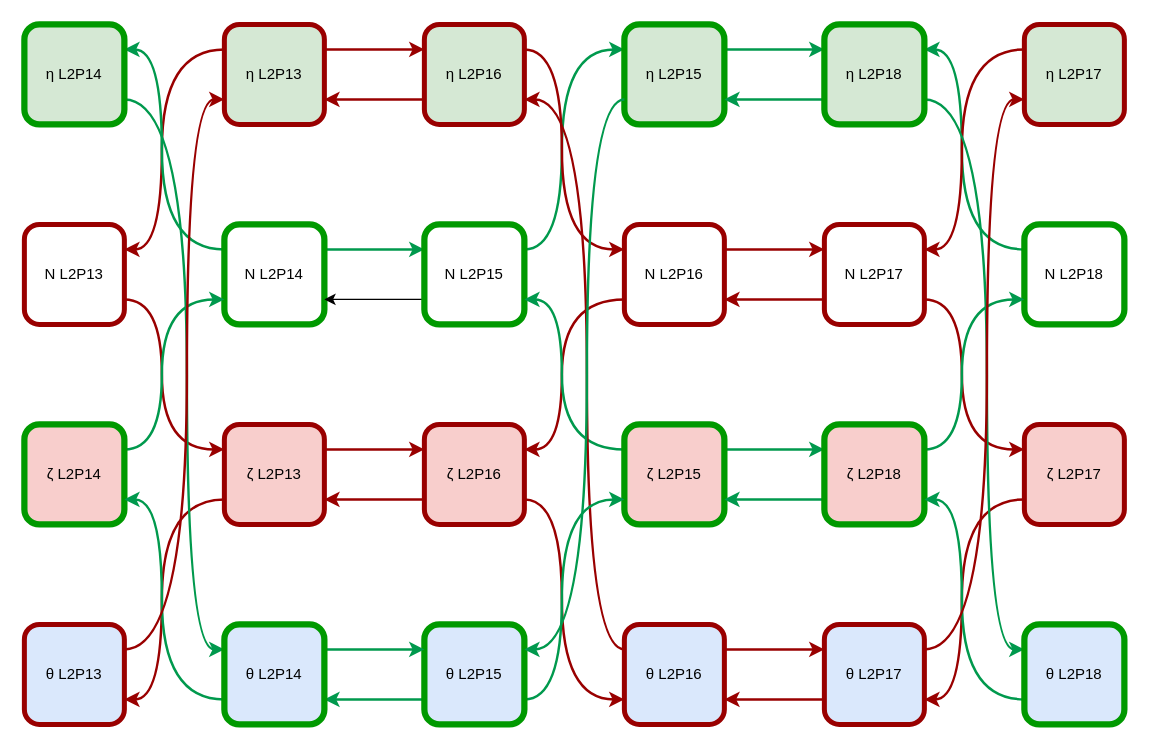
Before: _fabriek/doc/Stage-5b-3.drawio in ruittenb/nibo-game, a draw.io diagram. Source tidied: cells renumbered, new cells numbered last; positions are measured from the earlier drawing's top-left corner, leaving out a move shared by most shapes. Both pictures are drawn from the tidied source at 125%, with x=0, y=0 at pixel (24, 24).
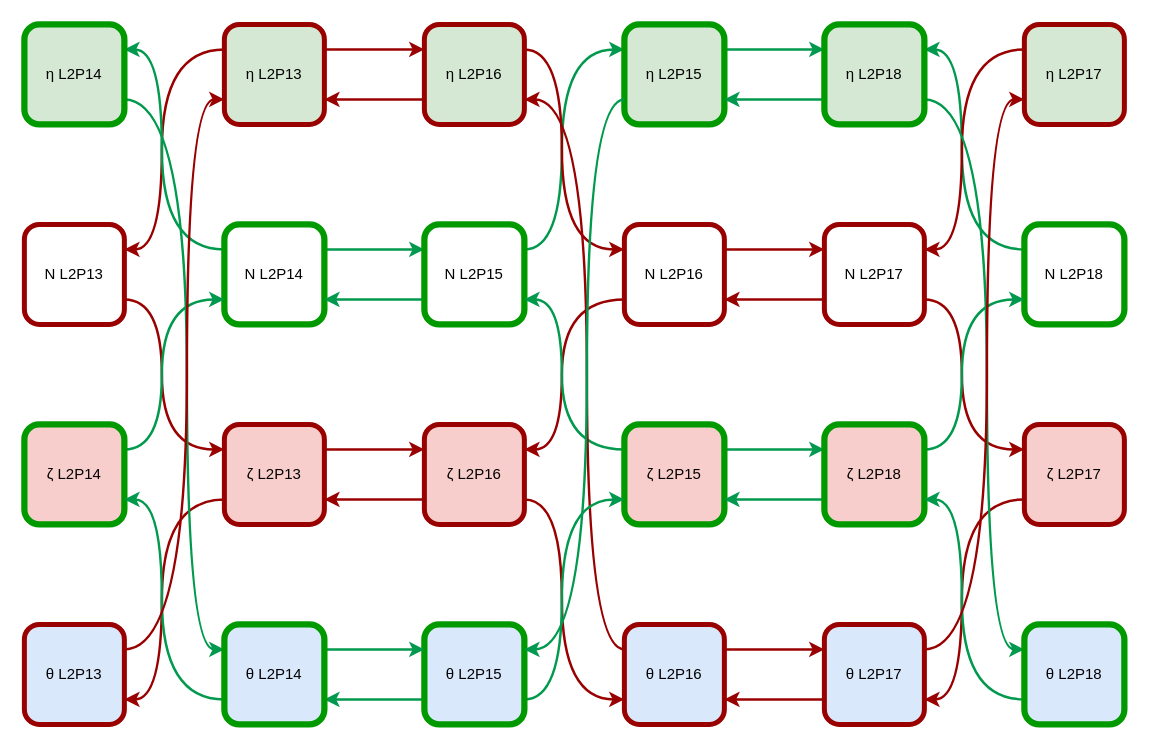
The same page after the edit.

The change refers to these unchanged cells:
```xml
<mxCell id="7" value="N L2P14" style="rounded=1;whiteSpace=wrap;html=1;strokeColor=#009900;strokeWidth=5;" parent="1" vertex="1">
  <mxGeometry x="160" y="160" width="80" height="80" as="geometry" />
</mxCell>
<mxCell id="13" value="N L2P15" style="rounded=1;whiteSpace=wrap;html=1;strokeColor=#009900;strokeWidth=5;" parent="1" vertex="1">
  <mxGeometry x="320" y="160" width="80" height="80" as="geometry" />
</mxCell>
```

What changed in the source:
```diff
@@
-    <mxCell id="11" style="edgeStyle=orthogonalEdgeStyle;shape=connector;curved=1;rounded=0;jettySize=auto;html=1;exitX=0;exitY=0.75;exitDx=0;exitDy=0;entryX=1;entryY=0.75;entryDx=0;entryDy=0;strokeColor=default;align=center;verticalAlign=middle;fontFamily=Helvetica;fontSize=11;fontColor=default;labelBackgroundColor=default;endArrow=classic;" parent="1" edge="1" source="13" target="7">
+    <mxCell id="11" style="edgeStyle=orthogonalEdgeStyle;shape=connector;curved=1;rounded=0;jettySize=auto;html=1;exitX=0;exitY=0.75;exitDx=0;exitDy=0;entryX=1;entryY=0.75;entryDx=0;entryDy=0;strokeColor=#00994D;align=center;verticalAlign=middle;fontFamily=Helvetica;fontSize=11;fontColor=default;labelBackgroundColor=default;endArrow=classic;strokeWidth=2;" parent="1" edge="1" source="13" target="7">
       <mxGeometry relative="1" as="geometry" />
     </mxCell>
```
